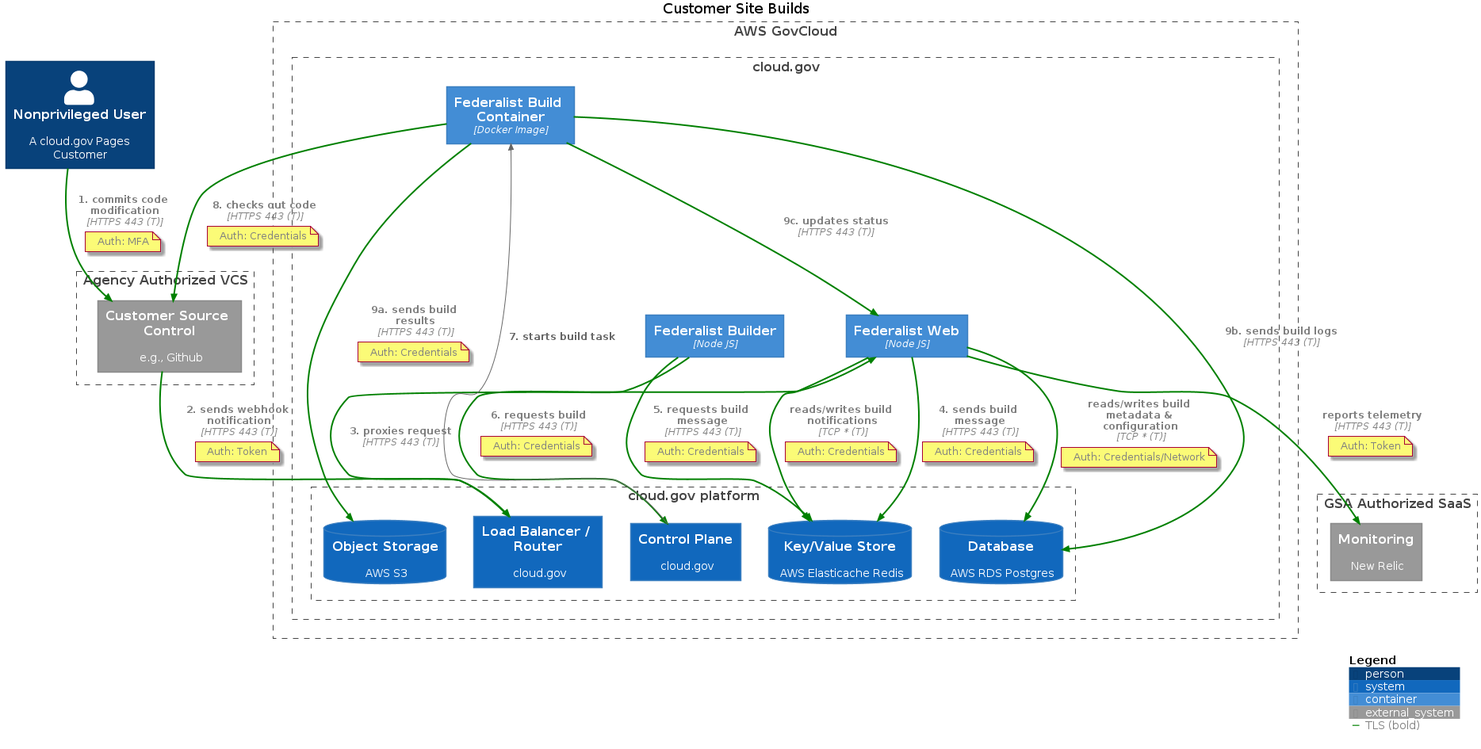
The PlantUML diagram out/diagrams/pages/builds.png in cloud-gov/system-diagrams, before a commit.
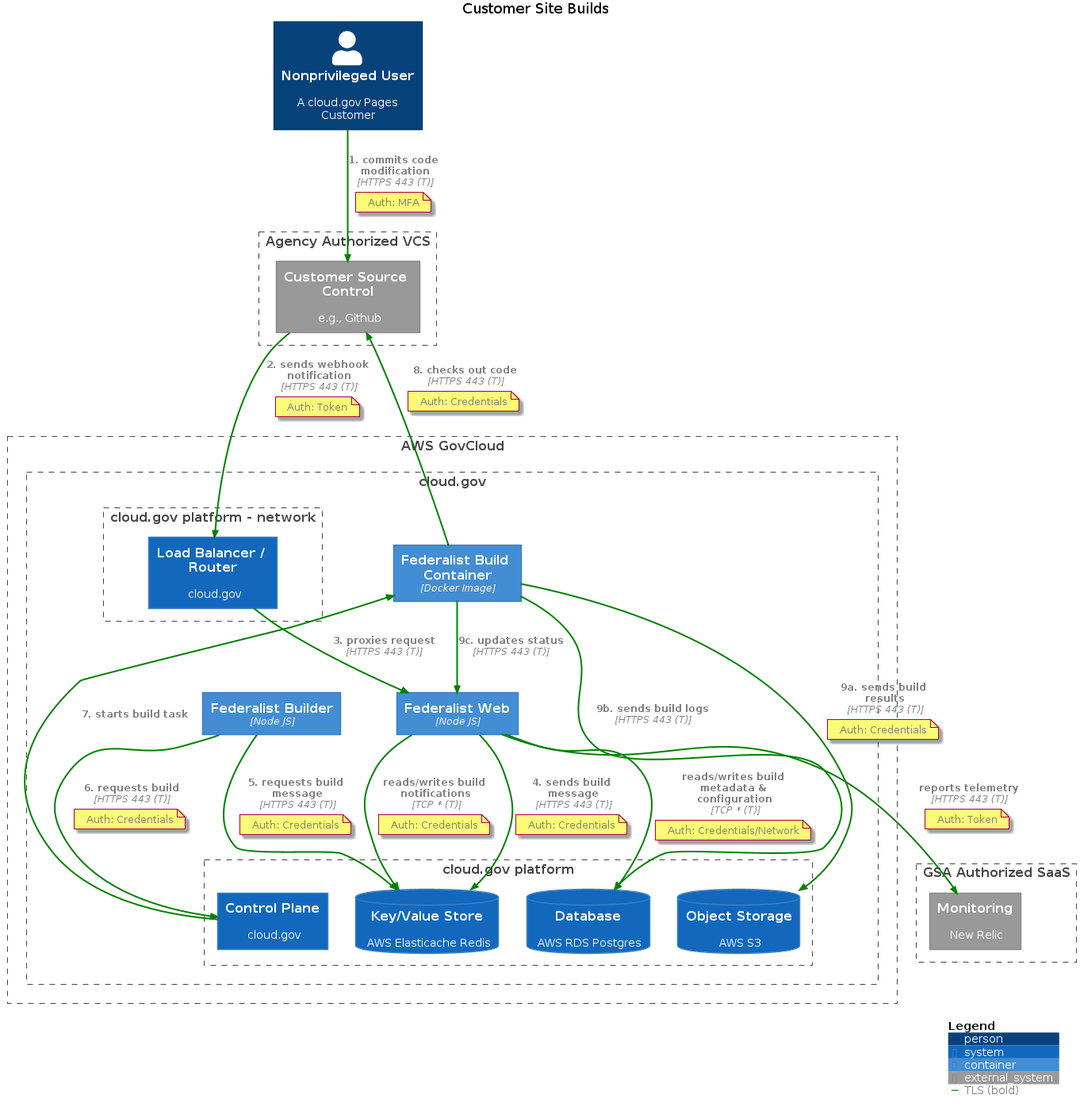
Above is the later version.

Diff of the diagram source:
```diff
@@ -20,8 +20,10 @@
     Container(core, "Federalist Web", "Node JS")
     Container(builder, "Federalist Builder", "Node JS")
     Container(build, "Federalist Build Container", "Docker Image")
+    Boundary(cloudgovnetwork, "cloud.gov platform - network") {
+      System(elb, "Load Balancer / Router", "cloud.gov")
+    }
     Boundary(cloudgovplat, "cloud.gov platform") {
-      System(elb, "Load Balancer / Router", "cloud.gov")
       System(cc, "Control Plane", "cloud.gov")
       SystemDb(db, "Database", "AWS RDS Postgres")
       SystemDb(redis, "Key/Value Store", "AWS Elasticache Redis")
@@ -61,7 +63,7 @@
   Auth: Credentials
 end note
 
-Rel(cc, build, "7. starts build task")
+Rel(cc, build, "7. starts build task", $tags="TLS")
 
 Rel(build, gh, "8. checks out code", "HTTPS 443 (T)", $tags="TLS")
 note on link
```
